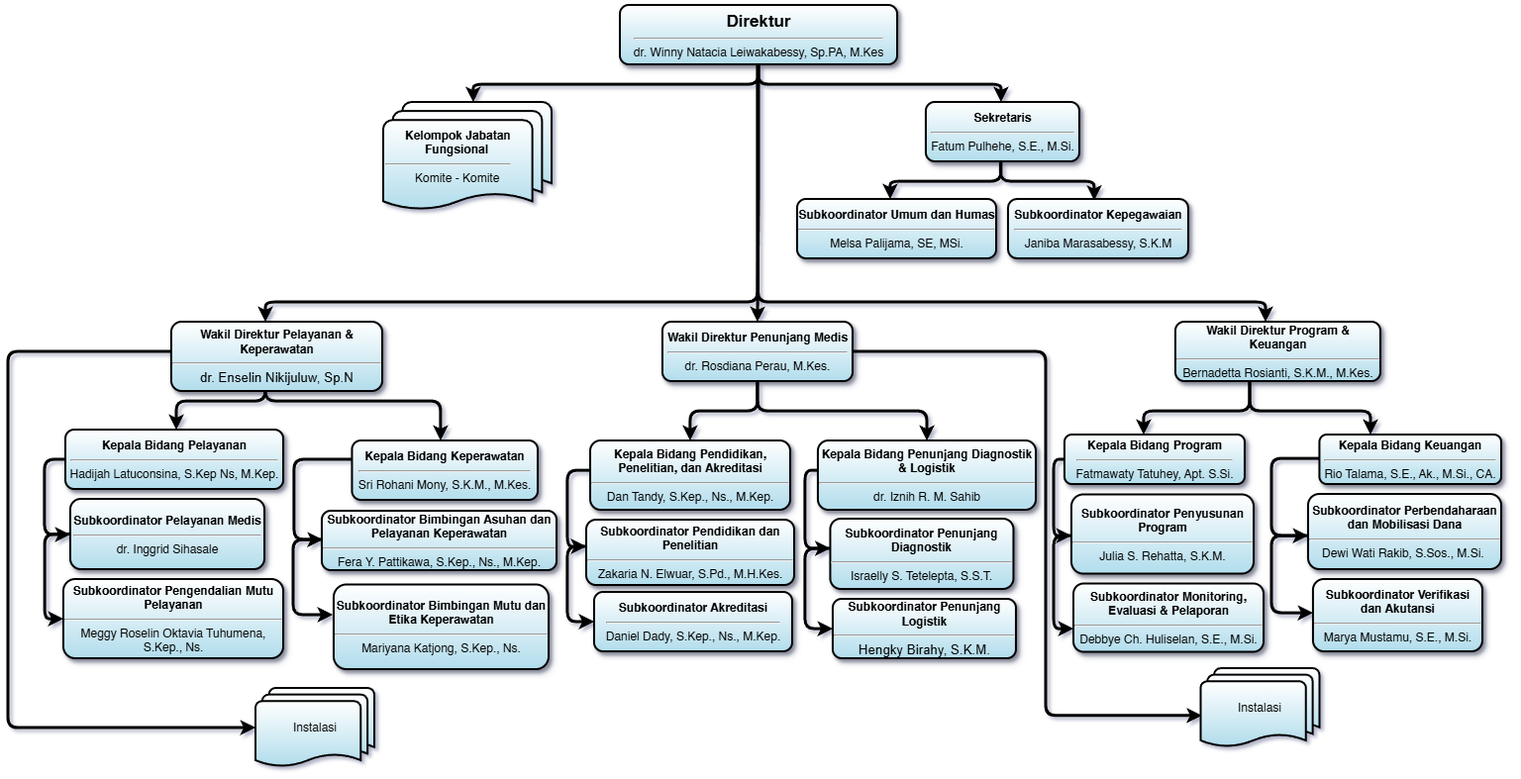
The draw.io diagram public/visitor/assets/img/diagram/Diagram Struktur Organisasi 2026.png in SeanAles/website-rsud-haulussy, before a commit. Source tidied: cells renumbered, new cells last; positions are measured from the earlier drawing's top-left corner, leaving out a move shared by most shapes.
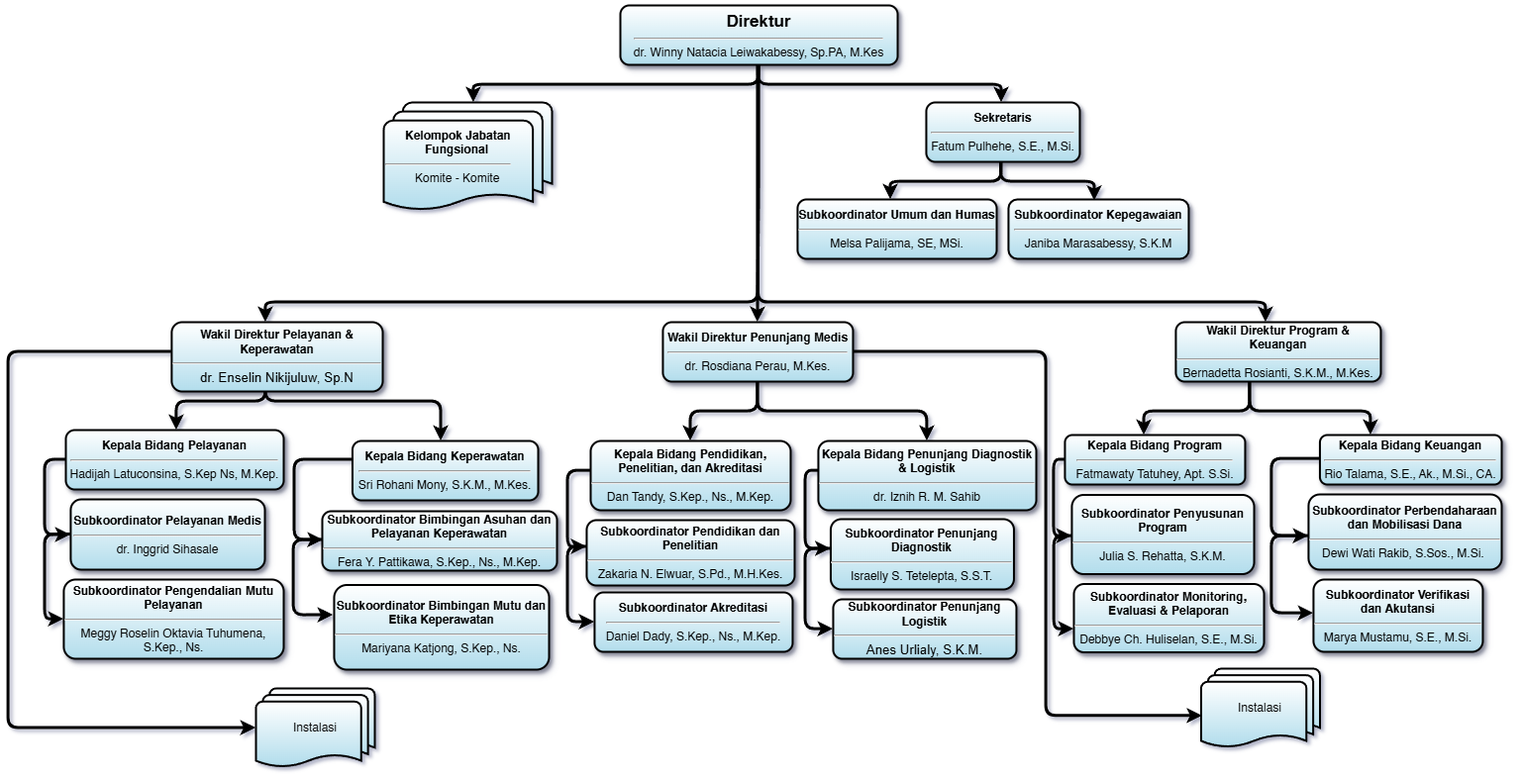
Later version of the same file.

Commit message:
chore: update organization structure diagram for 2026

Change to the diagram source:
```diff
@@ -228,7 +228,7 @@
     <mxCell id="41" value="&lt;b&gt;Subkoordinator Penunjang Diagnostik&lt;/b&gt;&lt;br&gt;&lt;hr&gt;Israelly S. Tetelepta, S.S.T." style="rounded=1;html=1;fontFamily=Helvetica;labelBorderColor=none;labelBackgroundColor=none;shadow=1;whiteSpace=wrap;gradientColor=#B2DDEC;strokeWidth=2;" parent="1" vertex="1">
       <mxGeometry x="830.4" y="519" width="185" height="71" as="geometry" />
     </mxCell>
-    <mxCell id="42" value="&lt;b&gt;Subkoordinator Penunjang Logistik&lt;/b&gt;&lt;br&gt;&lt;hr&gt;&lt;span style=&quot;text-align: start; font-size: 10pt; font-family: Arial;&quot;&gt;Hengky Birahy, S.K.M.&lt;/span&gt;" style="rounded=1;html=1;fontFamily=Helvetica;labelBorderColor=none;labelBackgroundColor=none;shadow=1;whiteSpace=wrap;gradientColor=#B2DDEC;strokeWidth=2;" parent="1" vertex="1">
+    <mxCell id="42" value="&lt;b&gt;Subkoordinator Penunjang Logistik&lt;/b&gt;&lt;br&gt;&lt;hr&gt;&lt;span style=&quot;text-align: start; font-size: 10pt; font-family: Arial;&quot;&gt;Anes Urlialy, S.K.M.&lt;/span&gt;" style="rounded=1;html=1;fontFamily=Helvetica;labelBorderColor=none;labelBackgroundColor=none;shadow=1;whiteSpace=wrap;gradientColor=#B2DDEC;strokeWidth=2;" parent="1" vertex="1">
       <mxGeometry x="832.9" y="600" width="185" height="60" as="geometry" />
     </mxCell>
     <mxCell id="43" style="edgeStyle=orthogonalEdgeStyle;rounded=1;jettySize=auto;html=1;fontFamily=Helvetica;labelBorderColor=none;labelBackgroundColor=default;shadow=0;strokeWidth=3;" parent="1" edge="1" source="44" target="48">
```
